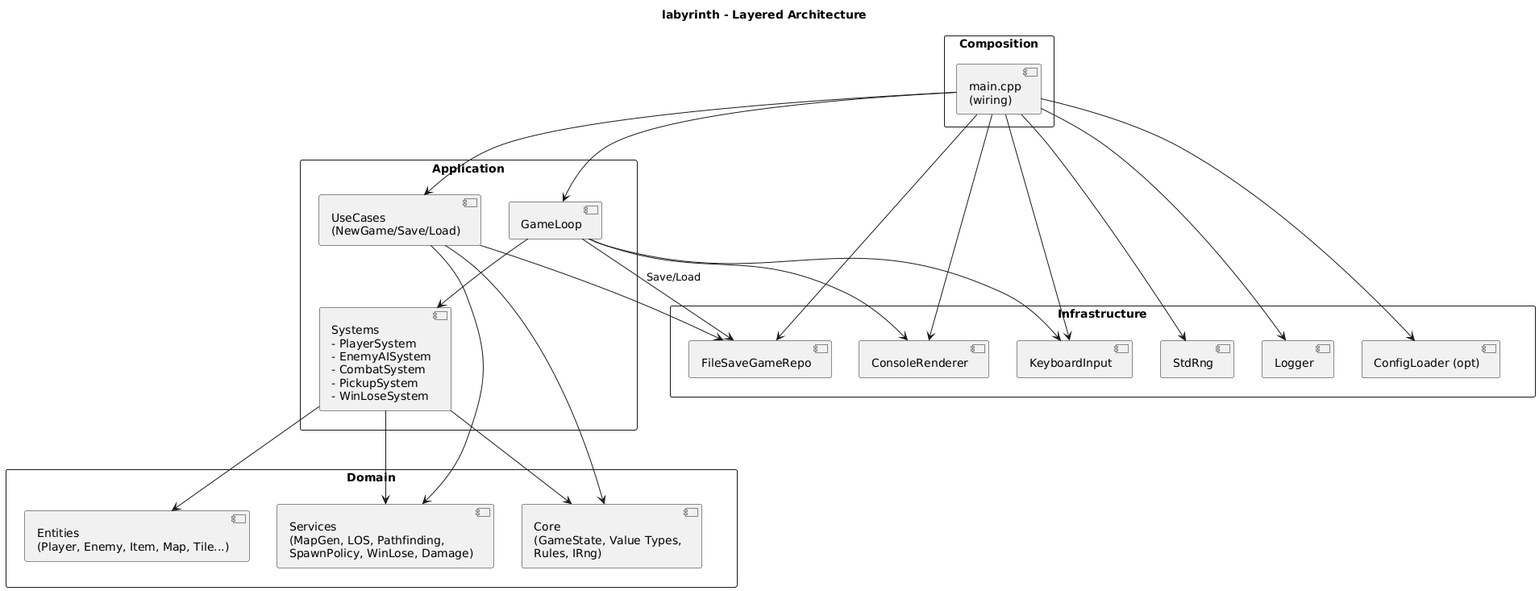
Earlier version of the PlantUML export docs/diagrams/layers_ComponentD.png (Sage-Cat/labyrinth_game).
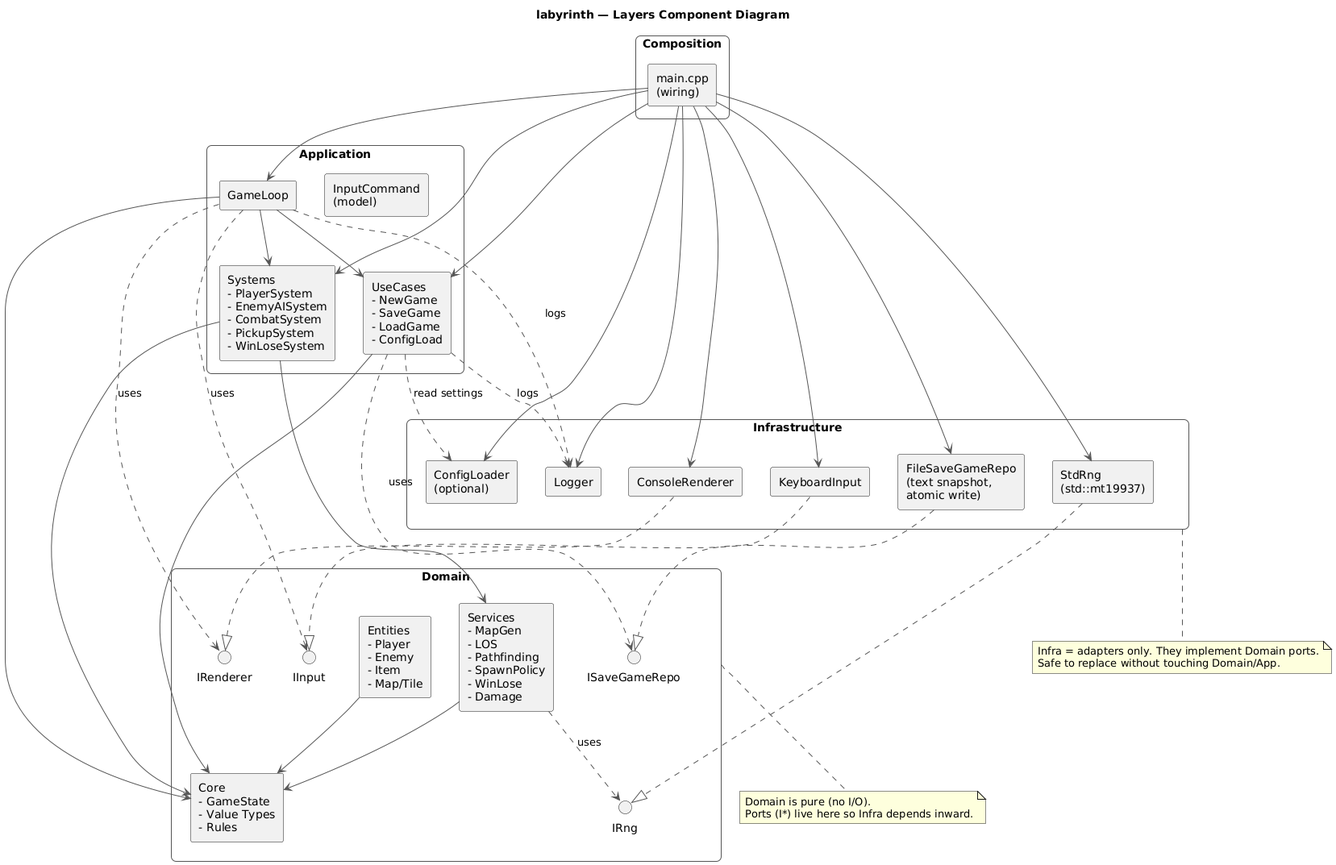
The same diagram one commit later.

Change to the diagram source:
```diff
@@ -1,53 +1,87 @@
 @startuml
-title "labyrinth - Layered Architecture"
+title "labyrinth — Layers Component Diagram"
 
-rectangle "Composition" as Composition {
-  component "main.cpp\n(wiring)" as Main
+skinparam componentStyle rectangle
+skinparam rectangle {
+  RoundCorner 12
+  BorderColor #555
+}
+skinparam shadowing false
+skinparam packageStyle rectangle
+skinparam ArrowColor #555
+skinparam packageTitleFontColor #222
+
+rectangle "Composition" as L_Composition {
+  component "main.cpp\n(wiring)" as C_Main
 }
 
-rectangle "Application" as App {
-  component "GameLoop" as GameLoop
-  component "UseCases\n(NewGame/Save/Load)" as UseCases
-  component "Systems\n- PlayerSystem\n- EnemyAISystem\n- CombatSystem\n- PickupSystem\n- WinLoseSystem" as Systems
+rectangle "Application" as L_App {
+  component "GameLoop" as C_GameLoop
+  component "UseCases\n- NewGame\n- SaveGame\n- LoadGame\n- ConfigLoad" as C_UseCases
+  component "Systems\n- PlayerSystem\n- EnemyAISystem\n- CombatSystem\n- PickupSystem\n- WinLoseSystem" as C_Systems
+  component "InputCommand\n(model)" as C_InputModel
 }
 
-rectangle "Domain" as Domain {
-  component "Entities\n(Player, Enemy, Item, Map, Tile...)" as Entities
-  component "Services\n(MapGen, LOS, Pathfinding,\nSpawnPolicy, WinLose, Damage)" as Services
-  component "Core\n(GameState, Value Types,\nRules, IRng)" as Core
+rectangle "Domain" as L_Domain {
+  component "Core\n- GameState\n- Value Types\n- Rules" as C_Core
+  component "Entities\n- Player\n- Enemy\n- Item\n- Map/Tile" as C_Entities
+  component "Services\n- MapGen\n- LOS\n- Pathfinding\n- SpawnPolicy\n- WinLose\n- Damage" as C_Services
+
+  interface "IRng" as I_Rng
+  interface "ISaveGameRepo" as I_SaveRepo
+  interface "IRenderer" as I_Renderer
+  interface "IInput" as I_Input
 }
 
-rectangle "Infrastructure" as Infra {
-  component "ConsoleRenderer" as ConsoleRenderer
-  component "KeyboardInput" as KeyboardInput
-  component "FileSaveGameRepo" as FileSave
-  component "StdRng" as StdRng
-  component "Logger" as Logger
-  component "ConfigLoader (opt)" as Config
+rectangle "Infrastructure" as L_Infra {
+  component "ConsoleRenderer" as C_ConsoleRenderer
+  component "KeyboardInput" as C_KeyboardInput
+  component "FileSaveGameRepo\n(text snapshot,\natomic write)" as C_FileRepo
+  component "StdRng\n(std::mt19937)" as C_StdRng
+  component "Logger" as C_Logger
+  component "ConfigLoader\n(optional)" as C_Config
 }
 
-Main --> GameLoop
-Main --> UseCases
-Main --> ConsoleRenderer
-Main --> KeyboardInput
-Main --> FileSave
-Main --> StdRng
-Main --> Logger
-Main --> Config
+C_GameLoop --> C_Core
+C_GameLoop --> C_Systems
+C_GameLoop --> C_UseCases
+C_UseCases --> C_Core
+C_Systems  --> C_Core
+C_Systems  --> C_Services
+C_Services --> C_Core
+C_Entities --> C_Core
 
-GameLoop --> Systems
-GameLoop --> ConsoleRenderer
-GameLoop --> KeyboardInput
-GameLoop --> FileSave : Save/Load
+C_GameLoop ..> I_Renderer : uses
+C_GameLoop ..> I_Input    : uses
+C_UseCases  ..> I_SaveRepo: uses
+C_Services  ..> I_Rng     : uses
 
-Systems --> Entities
-Systems --> Services
-Systems --> Core
+C_ConsoleRenderer ..|> I_Renderer
+C_KeyboardInput   ..|> I_Input
+C_FileRepo        ..|> I_SaveRepo
+C_StdRng          ..|> I_Rng
 
-UseCases --> Services
-UseCases --> Core
-UseCases --> FileSave
+C_Main --> C_GameLoop
+C_Main --> C_UseCases
+C_Main --> C_Systems
+C_Main --> C_ConsoleRenderer
+C_Main --> C_KeyboardInput
+C_Main --> C_FileRepo
+C_Main --> C_StdRng
+C_Main --> C_Logger
+C_Main --> C_Config
 
-Infra -[hidden]down- Domain
-Domain -[hidden]down- App
+C_GameLoop ..> C_Logger : logs
+C_UseCases  ..> C_Logger : logs
+C_UseCases  ..> C_Config : read settings
+
+note bottom of L_Domain
+  Domain is pure (no I/O).
+  Ports (I*) live here so Infra depends inward.
+end note
+
+note bottom of L_Infra
+  Infra = adapters only. They implement Domain ports.
+  Safe to replace without touching Domain/App.
+end note
 @enduml
```
